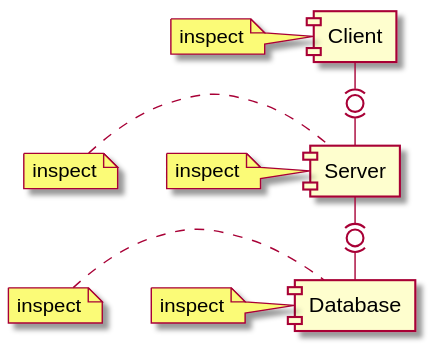
The PlantUML diagram out/classmodelling/program/debug3.svg in UNEsestudio/cosc220-sync-lectures, before a commit. Its diagram source:
```plantuml
@startuml debug3
component Client
note left: inspect
component Server
note left: inspect
component Database
note left: inspect

Client -(0)- Server
note left: inspect
Server -(0)- Database
note left: inspect
@enduml
```
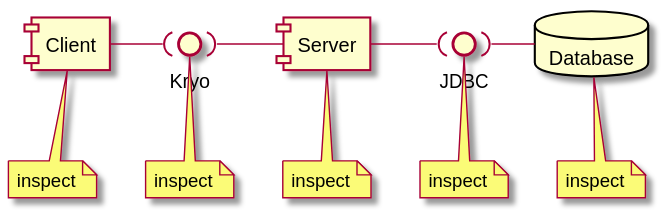
The same diagram one commit later.

What changed in the source:
```diff
@@ -1,13 +1,17 @@
 @startuml debug3
 component Client
-note left: inspect
+note bottom: inspect
+interface Kryo
+note bottom: inspect
 component Server
-note left: inspect
-component Database
-note left: inspect
+note bottom: inspect
+interface JDBC
+note bottom: inspect
+database Database
+note bottom: inspect
 
-Client -(0)- Server
-note left: inspect
-Server -(0)- Database
-note left: inspect
+Client -( Kryo
+Kryo )- Server
+Server -( JDBC
+JDBC )- Database
 @enduml
```
